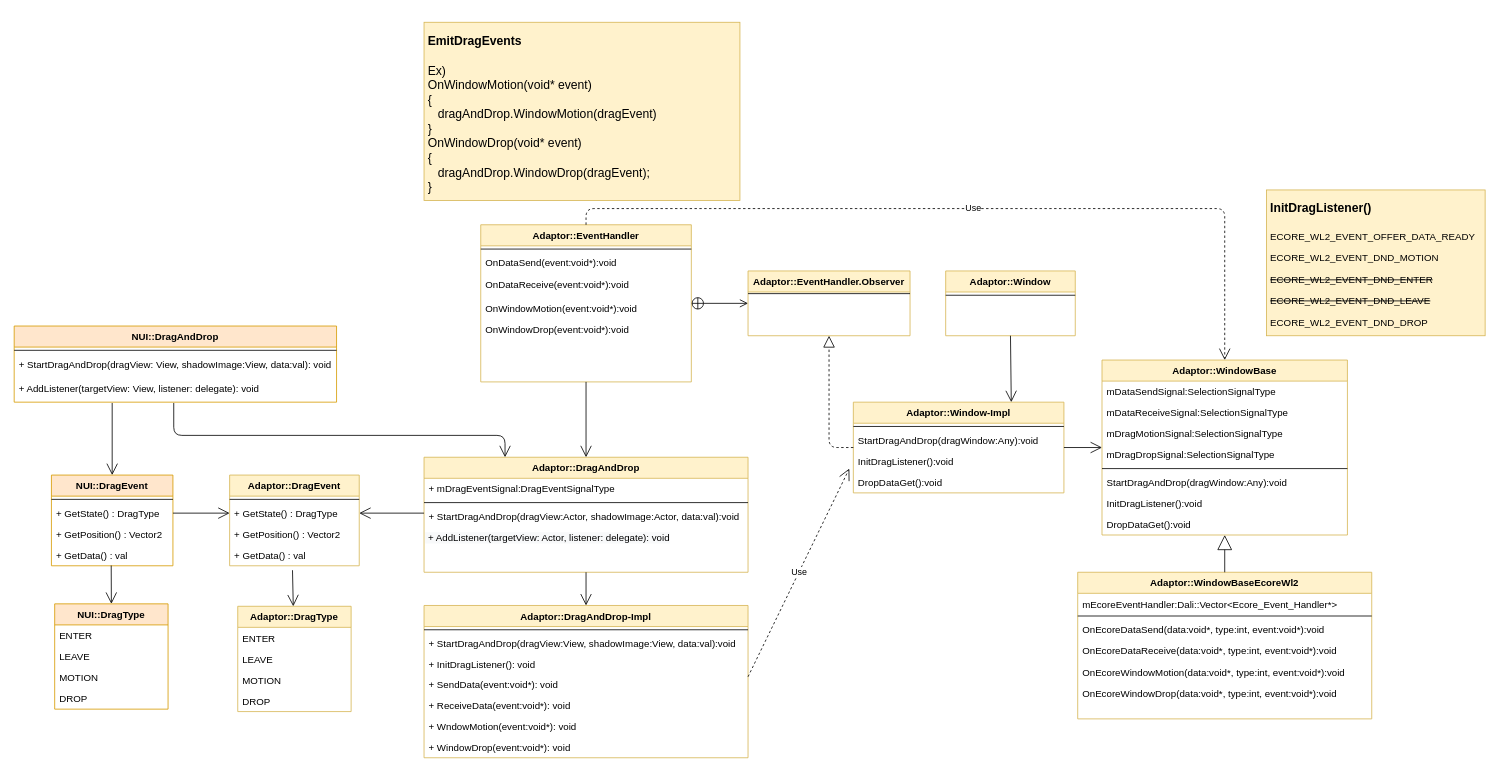
Before: page "Page-4" (4 of 10) of Untitled Diagram.drawio in taehyub/drawio, a draw.io diagram. Source tidied: cells renumbered, new cells numbered last; positions are measured from the earlier drawing's top-left corner, leaving out a move shared by most shapes. Both pictures are drawn from the tidied source at 81%, with x=0, y=0 at pixel (14, 22).
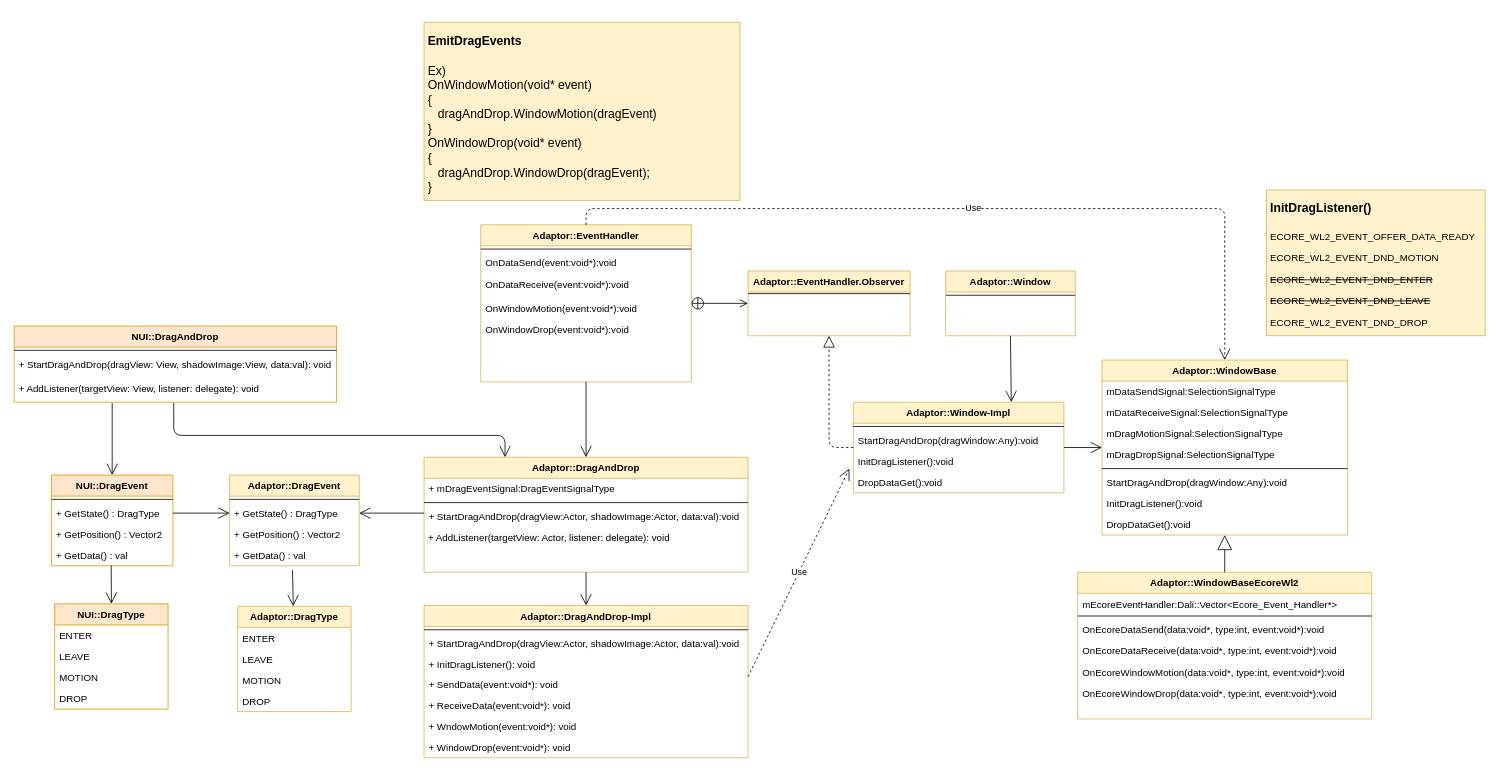
The same page after the edit.

Unchanged cells that the change refers to:
```xml
<mxCell id="11" value="Adaptor::DragAndDrop-Impl" style="swimlane;fontStyle=1;align=center;verticalAlign=top;horizontal=1;startSize=26;rounded=0;shadow=0;strokeWidth=1;fillColor=#fff2cc;strokeColor=#d6b656;" parent="1" vertex="1">
  <mxGeometry x="506" y="720" width="400" height="188" as="geometry" />
</mxCell>
```

Diff of the diagram source:
```diff
@@
-    <mxCell id="13" value="+ StartDragAndDrop(dragView:View, shadowImage:View, data:val):void" style="text;strokeColor=none;fillColor=none;align=left;verticalAlign=top;spacingLeft=4;spacingRight=4;overflow=hidden;hachureGap=4;" parent="11" vertex="1">
+    <mxCell id="13" value="+ StartDragAndDrop(dragView:Actor, shadowImage:Actor, data:val):void" style="text;strokeColor=none;fillColor=none;align=left;verticalAlign=top;spacingLeft=4;spacingRight=4;overflow=hidden;hachureGap=4;" parent="11" vertex="1">
       <mxGeometry y="34" width="400" height="26" as="geometry" />
     </mxCell>
```
